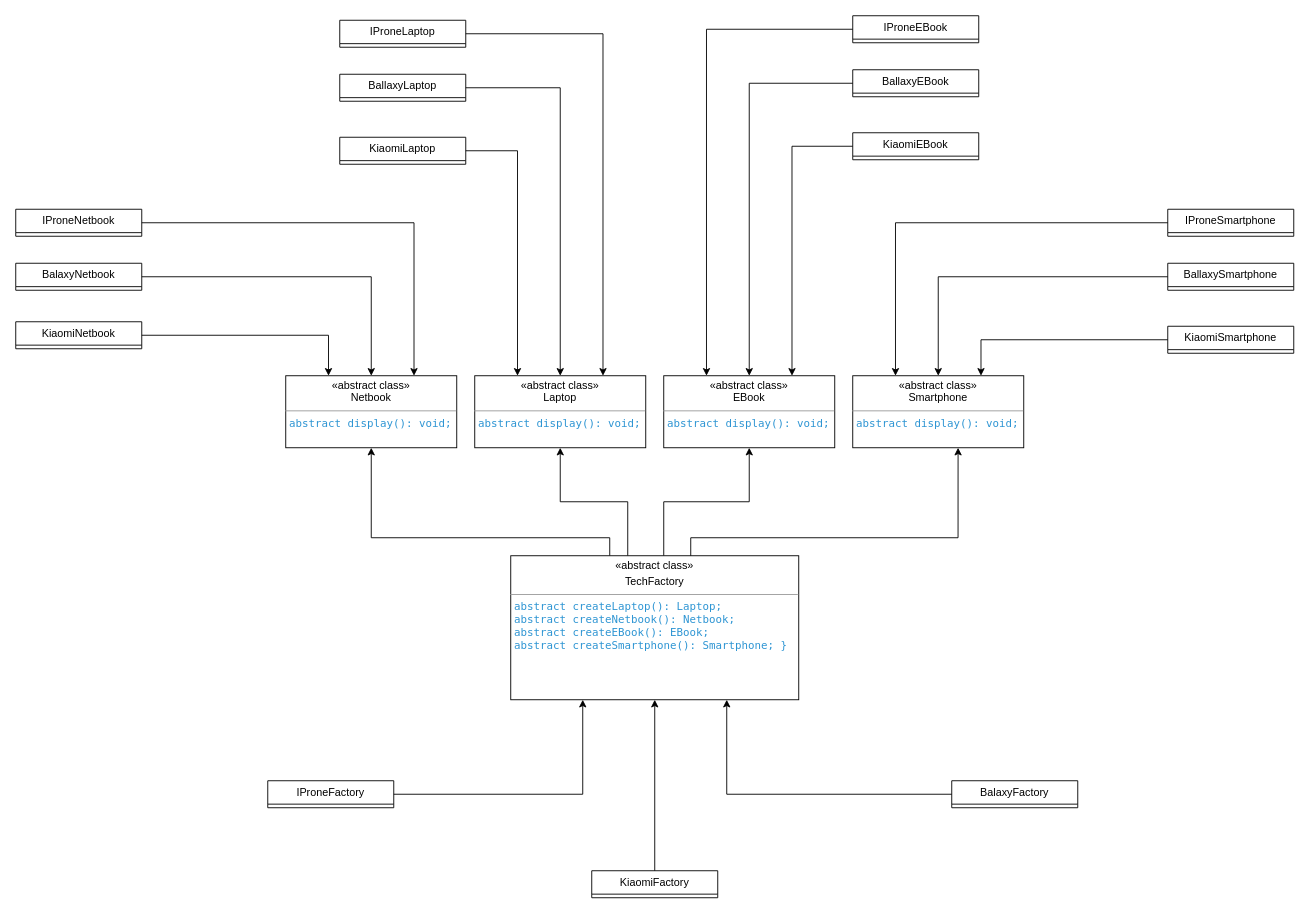
This is lab2/task2/task2.drawio from SlavaFomenko/KPZ, a draw.io file, before an edit. Source tidied: cells renumbered, new cells numbered last; positions are measured from the earlier drawing's top-left corner, leaving out a move shared by most shapes. Both pictures are drawn from the tidied source at 90%, with x=0, y=0 at pixel (15, 15).
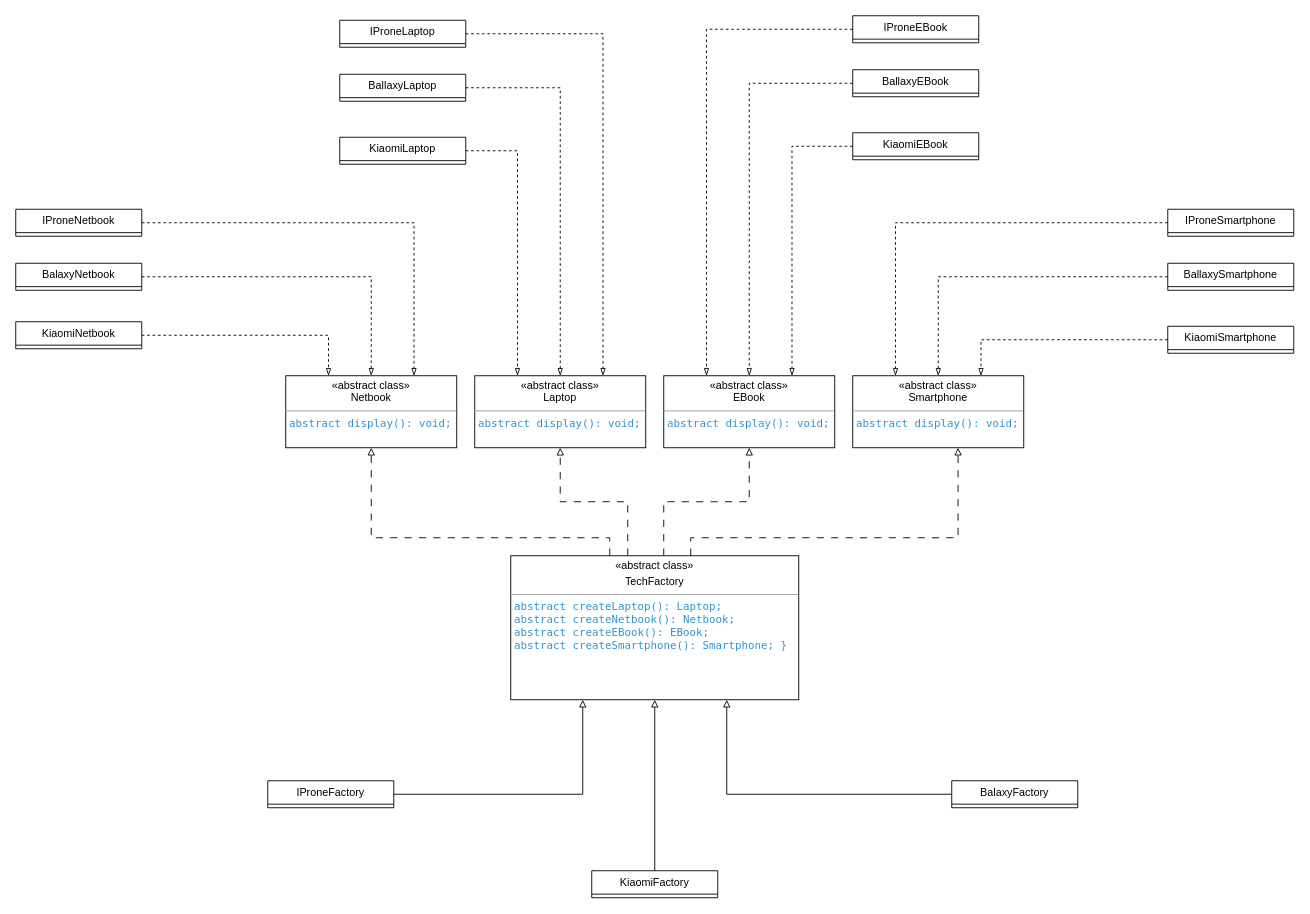
After the change.

The change refers to these unchanged cells:
```xml
<mxCell id="2" value="&lt;p style=&quot;margin:0px;margin-top:4px;text-align:center;&quot;&gt;«abstract class»&lt;br style=&quot;border-color: var(--border-color);&quot;&gt;Laptop&lt;/p&gt;&lt;hr size=&quot;1&quot;&gt;&lt;p style=&quot;margin:0px;margin-left:4px;&quot;&gt;&lt;font face=&quot;Söhne Mono, Monaco, Andale Mono, Ubuntu Mono, monospace&quot; color=&quot;#2e95d3&quot;&gt;abstract display(): void;&lt;/font&gt;&lt;br&gt;&lt;/p&gt;" style="verticalAlign=top;align=left;overflow=fill;html=1;whiteSpace=wrap;" parent="1" vertex="1">
  <mxGeometry x="510" y="400" width="190" height="80" as="geometry" />
</mxCell>
<mxCell id="3" value="&lt;p style=&quot;margin:0px;margin-top:4px;text-align:center;&quot;&gt;«abstract class»&lt;br style=&quot;border-color: var(--border-color);&quot;&gt;Netbook&lt;br&gt;&lt;/p&gt;&lt;hr size=&quot;1&quot;&gt;&lt;p style=&quot;margin:0px;margin-left:4px;&quot;&gt;&lt;font face=&quot;Söhne Mono, Monaco, Andale Mono, Ubuntu Mono, monospace&quot; color=&quot;#2e95d3&quot;&gt;abstract display(): void;&lt;/font&gt;&lt;br&gt;&lt;/p&gt;" style="verticalAlign=top;align=left;overflow=fill;html=1;whiteSpace=wrap;" parent="1" vertex="1">
  <mxGeometry x="300" y="400" width="190" height="80" as="geometry" />
</mxCell>
<mxCell id="4" value="&lt;p style=&quot;margin:0px;margin-top:4px;text-align:center;&quot;&gt;«abstract class»&lt;br style=&quot;border-color: var(--border-color);&quot;&gt;Smartphone&lt;br&gt;&lt;/p&gt;&lt;hr size=&quot;1&quot;&gt;&lt;p style=&quot;margin:0px;margin-left:4px;&quot;&gt;&lt;font face=&quot;Söhne Mono, Monaco, Andale Mono, Ubuntu Mono, monospace&quot; color=&quot;#2e95d3&quot;&gt;abstract display(): void;&lt;/font&gt;&lt;br&gt;&lt;/p&gt;" style="verticalAlign=top;align=left;overflow=fill;html=1;whiteSpace=wrap;" parent="1" vertex="1">
  <mxGeometry x="930" y="400" width="190" height="80" as="geometry" />
</mxCell>
<mxCell id="5" value="&lt;p style=&quot;margin:0px;margin-top:4px;text-align:center;&quot;&gt;«abstract class»&lt;br style=&quot;border-color: var(--border-color);&quot;&gt;EBook&lt;br&gt;&lt;/p&gt;&lt;hr size=&quot;1&quot;&gt;&lt;p style=&quot;margin:0px;margin-left:4px;&quot;&gt;&lt;font face=&quot;Söhne Mono, Monaco, Andale Mono, Ubuntu Mono, monospace&quot; color=&quot;#2e95d3&quot;&gt;abstract display(): void;&lt;/font&gt;&lt;br&gt;&lt;/p&gt;" style="verticalAlign=top;align=left;overflow=fill;html=1;whiteSpace=wrap;" parent="1" vertex="1">
  <mxGeometry x="720" y="400" width="190" height="80" as="geometry" />
</mxCell>
<mxCell id="9" value="&lt;p style=&quot;margin:0px;margin-top:4px;text-align:center;&quot;&gt;«abstract class»&lt;/p&gt;&lt;p style=&quot;margin:0px;margin-top:4px;text-align:center;&quot;&gt;&lt;span style=&quot;background-color: initial;&quot;&gt;TechFactory&lt;/span&gt;&lt;/p&gt;&lt;hr size=&quot;1&quot;&gt;&lt;p style=&quot;margin:0px;margin-left:4px;&quot;&gt;&lt;font face=&quot;Söhne Mono, Monaco, Andale Mono, Ubuntu Mono, monospace&quot; color=&quot;#2e95d3&quot;&gt;abstract createLaptop(): Laptop;&amp;nbsp;&lt;/font&gt;&lt;/p&gt;&lt;p style=&quot;margin:0px;margin-left:4px;&quot;&gt;&lt;font face=&quot;Söhne Mono, Monaco, Andale Mono, Ubuntu Mono, monospace&quot; color=&quot;#2e95d3&quot;&gt;abstract createNetbook(): Netbook;&amp;nbsp;&lt;/font&gt;&lt;/p&gt;&lt;p style=&quot;margin:0px;margin-left:4px;&quot;&gt;&lt;font face=&quot;Söhne Mono, Monaco, Andale Mono, Ubuntu Mono, monospace&quot; color=&quot;#2e95d3&quot;&gt;abstract createEBook(): EBook;&amp;nbsp;&lt;/font&gt;&lt;/p&gt;&lt;p style=&quot;margin:0px;margin-left:4px;&quot;&gt;&lt;font face=&quot;Söhne Mono, Monaco, Andale Mono, Ubuntu Mono, monospace&quot; color=&quot;#2e95d3&quot;&gt;abstract createSmartphone(): Smartphone; }&lt;/font&gt;&lt;br&gt;&lt;/p&gt;" style="verticalAlign=top;align=left;overflow=fill;html=1;whiteSpace=wrap;" parent="1" vertex="1">
  <mxGeometry x="550" y="600" width="320" height="160" as="geometry" />
</mxCell>
<mxCell id="12" value="IProneFactory" style="swimlane;fontStyle=0;horizontal=1;startSize=26;fillColor=none;whiteSpace=wrap;html=1;" parent="1" vertex="1">
  <mxGeometry x="280" y="850" width="140" height="30" as="geometry" />
</mxCell>
<mxCell id="14" value="KiaomiFactory" style="swimlane;fontStyle=0;horizontal=1;startSize=26;fillColor=none;whiteSpace=wrap;html=1;" parent="1" vertex="1">
  <mxGeometry x="640" y="950" width="140" height="30" as="geometry" />
</mxCell>
<mxCell id="16" value="BalaxyFactory" style="swimlane;fontStyle=0;horizontal=1;startSize=26;fillColor=none;whiteSpace=wrap;html=1;" parent="1" vertex="1">
  <mxGeometry x="1040" y="850" width="140" height="30" as="geometry" />
</mxCell>
<mxCell id="18" value="IProneNetbook" style="swimlane;fontStyle=0;horizontal=1;startSize=26;fillColor=none;whiteSpace=wrap;html=1;" parent="1" vertex="1">
  <mxGeometry y="215" width="140" height="30" as="geometry" />
</mxCell>
<mxCell id="20" value="BalaxyNetbook" style="swimlane;fontStyle=0;horizontal=1;startSize=26;fillColor=none;whiteSpace=wrap;html=1;" parent="1" vertex="1">
  <mxGeometry y="275" width="140" height="30" as="geometry" />
</mxCell>
<mxCell id="22" value="KiaomiNetbook" style="swimlane;fontStyle=0;horizontal=1;startSize=26;fillColor=none;whiteSpace=wrap;html=1;" parent="1" vertex="1">
  <mxGeometry y="340" width="140" height="30" as="geometry" />
</mxCell>
<mxCell id="24" value="IProneLaptop" style="swimlane;fontStyle=0;horizontal=1;startSize=26;fillColor=none;whiteSpace=wrap;html=1;" parent="1" vertex="1">
  <mxGeometry x="360" y="5" width="140" height="30" as="geometry" />
</mxCell>
<mxCell id="26" value="KiaomiLaptop" style="swimlane;fontStyle=0;horizontal=1;startSize=26;fillColor=none;whiteSpace=wrap;html=1;" parent="1" vertex="1">
  <mxGeometry x="360" y="135" width="140" height="30" as="geometry" />
</mxCell>
<mxCell id="28" value="BallaxyLaptop" style="swimlane;fontStyle=0;horizontal=1;startSize=26;fillColor=none;whiteSpace=wrap;html=1;" parent="1" vertex="1">
  <mxGeometry x="360" y="65" width="140" height="30" as="geometry" />
</mxCell>
<mxCell id="30" value="IProneEBook" style="swimlane;fontStyle=0;horizontal=1;startSize=26;fillColor=none;whiteSpace=wrap;html=1;" parent="1" vertex="1">
  <mxGeometry x="930" width="140" height="30" as="geometry" />
</mxCell>
<mxCell id="32" value="KiaomiEBook" style="swimlane;fontStyle=0;horizontal=1;startSize=26;fillColor=none;whiteSpace=wrap;html=1;" parent="1" vertex="1">
  <mxGeometry x="930" y="130" width="140" height="30" as="geometry" />
</mxCell>
<mxCell id="34" value="BallaxyEBook" style="swimlane;fontStyle=0;horizontal=1;startSize=26;fillColor=none;whiteSpace=wrap;html=1;" parent="1" vertex="1">
  <mxGeometry x="930" y="60" width="140" height="30" as="geometry" />
</mxCell>
<mxCell id="36" value="IProneSmartphone" style="swimlane;fontStyle=0;horizontal=1;startSize=26;fillColor=none;whiteSpace=wrap;html=1;" parent="1" vertex="1">
  <mxGeometry x="1280" y="215" width="140" height="30" as="geometry" />
</mxCell>
<mxCell id="38" value="KiaomiSmartphone" style="swimlane;fontStyle=0;horizontal=1;startSize=26;fillColor=none;whiteSpace=wrap;html=1;" parent="1" vertex="1">
  <mxGeometry x="1280" y="345" width="140" height="30" as="geometry" />
</mxCell>
<mxCell id="40" value="BallaxySmartphone" style="swimlane;fontStyle=0;horizontal=1;startSize=26;fillColor=none;whiteSpace=wrap;html=1;" parent="1" vertex="1">
  <mxGeometry x="1280" y="275" width="140" height="30" as="geometry" />
</mxCell>
```

What changed in the source:
```diff
@@
-    <mxCell id="6" style="edgeStyle=orthogonalEdgeStyle;rounded=0;jettySize=auto;html=1;entryX=0.5;entryY=1;entryDx=0;entryDy=0;" parent="1" edge="1" source="9" target="3">
+    <mxCell id="6" style="edgeStyle=orthogonalEdgeStyle;rounded=0;jettySize=auto;html=1;entryX=0.5;entryY=1;entryDx=0;entryDy=0;dashed=1;dashPattern=8 8;endArrow=block;endFill=0;" parent="1" edge="1" source="9" target="3">
       <mxGeometry relative="1" as="geometry">
         <Array as="points">
           <mxPoint x="660" y="580" />
           <mxPoint x="395" y="580" />
         </Array>
       </mxGeometry>
     </mxCell>
-    <mxCell id="7" style="edgeStyle=orthogonalEdgeStyle;rounded=0;jettySize=auto;html=1;" parent="1" edge="1" source="9" target="2">
+    <mxCell id="7" style="edgeStyle=orthogonalEdgeStyle;rounded=0;jettySize=auto;html=1;dashed=1;dashPattern=8 8;endArrow=block;endFill=0;" parent="1" edge="1" source="9" target="2">
       <mxGeometry relative="1" as="geometry">
         <Array as="points">
           <mxPoint x="680" y="540" />
           <mxPoint x="605" y="540" />
         </Array>
       </mxGeometry>
     </mxCell>
-    <mxCell id="8" style="edgeStyle=orthogonalEdgeStyle;rounded=0;jettySize=auto;html=1;entryX=0.5;entryY=1;entryDx=0;entryDy=0;" parent="1" edge="1" source="9" target="5">
+    <mxCell id="8" style="edgeStyle=orthogonalEdgeStyle;rounded=0;jettySize=auto;html=1;entryX=0.5;entryY=1;entryDx=0;entryDy=0;dashed=1;dashPattern=8 8;endArrow=block;endFill=0;" parent="1" edge="1" source="9" target="5">
       <mxGeometry relative="1" as="geometry">
         <Array as="points">
           <mxPoint x="720" y="540" />
           <mxPoint x="815" y="540" />
         </Array>
       </mxGeometry>
     </mxCell>
@@
-    <mxCell id="10" style="edgeStyle=orthogonalEdgeStyle;rounded=0;jettySize=auto;html=1;entryX=0.616;entryY=1;entryDx=0;entryDy=0;entryPerimeter=0;" parent="1" edge="1" source="9" target="4">
+    <mxCell id="10" style="edgeStyle=orthogonalEdgeStyle;rounded=0;jettySize=auto;html=1;entryX=0.616;entryY=1;entryDx=0;entryDy=0;entryPerimeter=0;dashed=1;dashPattern=8 8;endArrow=block;endFill=0;" parent="1" edge="1" source="9" target="4">
       <mxGeometry relative="1" as="geometry">
         <Array as="points">
           <mxPoint x="750" y="580" />
           <mxPoint x="1047" y="580" />
         </Array>
       </mxGeometry>
     </mxCell>
-    <mxCell id="11" style="edgeStyle=orthogonalEdgeStyle;rounded=0;jettySize=auto;html=1;entryX=0.25;entryY=1;entryDx=0;entryDy=0;" parent="1" edge="1" source="12" target="9">
+    <mxCell id="11" style="edgeStyle=orthogonalEdgeStyle;rounded=0;jettySize=auto;html=1;entryX=0.25;entryY=1;entryDx=0;entryDy=0;endArrow=block;endFill=0;" parent="1" edge="1" source="12" target="9">
       <mxGeometry relative="1" as="geometry" />
     </mxCell>
@@
-    <mxCell id="13" style="edgeStyle=orthogonalEdgeStyle;rounded=0;jettySize=auto;html=1;entryX=0.5;entryY=1;entryDx=0;entryDy=0;" parent="1" edge="1" source="14" target="9">
+    <mxCell id="13" style="edgeStyle=orthogonalEdgeStyle;rounded=0;jettySize=auto;html=1;entryX=0.5;entryY=1;entryDx=0;entryDy=0;endArrow=block;endFill=0;" parent="1" edge="1" source="14" target="9">
       <mxGeometry relative="1" as="geometry" />
     </mxCell>
@@
-    <mxCell id="15" style="edgeStyle=orthogonalEdgeStyle;rounded=0;jettySize=auto;html=1;entryX=0.75;entryY=1;entryDx=0;entryDy=0;" parent="1" edge="1" source="16" target="9">
+    <mxCell id="15" style="edgeStyle=orthogonalEdgeStyle;rounded=0;jettySize=auto;html=1;entryX=0.75;entryY=1;entryDx=0;entryDy=0;endArrow=block;endFill=0;" parent="1" edge="1" source="16" target="9">
       <mxGeometry relative="1" as="geometry" />
     </mxCell>
@@
-    <mxCell id="17" style="edgeStyle=orthogonalEdgeStyle;rounded=0;jettySize=auto;html=1;entryX=0.75;entryY=0;entryDx=0;entryDy=0;" parent="1" edge="1" source="18" target="3">
+    <mxCell id="17" style="edgeStyle=orthogonalEdgeStyle;rounded=0;jettySize=auto;html=1;entryX=0.75;entryY=0;entryDx=0;entryDy=0;dashed=1;endArrow=blockThin;endFill=0;" parent="1" edge="1" source="18" target="3">
       <mxGeometry relative="1" as="geometry" />
     </mxCell>
@@
-    <mxCell id="19" style="edgeStyle=orthogonalEdgeStyle;rounded=0;jettySize=auto;html=1;" parent="1" edge="1" source="20" target="3">
+    <mxCell id="19" style="edgeStyle=orthogonalEdgeStyle;rounded=0;jettySize=auto;html=1;dashed=1;endArrow=blockThin;endFill=0;" parent="1" edge="1" source="20" target="3">
       <mxGeometry relative="1" as="geometry" />
     </mxCell>
@@
-    <mxCell id="21" style="edgeStyle=orthogonalEdgeStyle;rounded=0;jettySize=auto;html=1;entryX=0.25;entryY=0;entryDx=0;entryDy=0;" parent="1" edge="1" source="22" target="3">
+    <mxCell id="21" style="edgeStyle=orthogonalEdgeStyle;rounded=0;jettySize=auto;html=1;entryX=0.25;entryY=0;entryDx=0;entryDy=0;dashed=1;endArrow=blockThin;endFill=0;" parent="1" edge="1" source="22" target="3">
       <mxGeometry relative="1" as="geometry" />
     </mxCell>
@@
-    <mxCell id="23" style="edgeStyle=orthogonalEdgeStyle;rounded=0;jettySize=auto;html=1;entryX=0.75;entryY=0;entryDx=0;entryDy=0;" parent="1" edge="1" source="24" target="2">
+    <mxCell id="23" style="edgeStyle=orthogonalEdgeStyle;rounded=0;jettySize=auto;html=1;entryX=0.75;entryY=0;entryDx=0;entryDy=0;dashed=1;endArrow=blockThin;endFill=0;" parent="1" edge="1" source="24" target="2">
       <mxGeometry relative="1" as="geometry" />
     </mxCell>
@@
-    <mxCell id="25" style="edgeStyle=orthogonalEdgeStyle;rounded=0;jettySize=auto;html=1;entryX=0.25;entryY=0;entryDx=0;entryDy=0;" parent="1" edge="1" source="26" target="2">
+    <mxCell id="25" style="edgeStyle=orthogonalEdgeStyle;rounded=0;jettySize=auto;html=1;entryX=0.25;entryY=0;entryDx=0;entryDy=0;dashed=1;endArrow=blockThin;endFill=0;" parent="1" edge="1" source="26" target="2">
       <mxGeometry relative="1" as="geometry" />
     </mxCell>
@@
-    <mxCell id="27" style="edgeStyle=orthogonalEdgeStyle;rounded=0;jettySize=auto;html=1;entryX=0.5;entryY=0;entryDx=0;entryDy=0;" parent="1" edge="1" source="28" target="2">
+    <mxCell id="27" style="edgeStyle=orthogonalEdgeStyle;rounded=0;jettySize=auto;html=1;entryX=0.5;entryY=0;entryDx=0;entryDy=0;dashed=1;endArrow=blockThin;endFill=0;" parent="1" edge="1" source="28" target="2">
       <mxGeometry relative="1" as="geometry" />
     </mxCell>
@@
-    <mxCell id="29" style="edgeStyle=orthogonalEdgeStyle;rounded=0;jettySize=auto;html=1;entryX=0.25;entryY=0;entryDx=0;entryDy=0;" parent="1" edge="1" source="30" target="5">
+    <mxCell id="29" style="edgeStyle=orthogonalEdgeStyle;rounded=0;jettySize=auto;html=1;entryX=0.25;entryY=0;entryDx=0;entryDy=0;dashed=1;endArrow=blockThin;endFill=0;" parent="1" edge="1" source="30" target="5">
       <mxGeometry relative="1" as="geometry" />
     </mxCell>
@@
-    <mxCell id="31" style="edgeStyle=orthogonalEdgeStyle;rounded=0;jettySize=auto;html=1;entryX=0.75;entryY=0;entryDx=0;entryDy=0;" parent="1" edge="1" source="32" target="5">
+    <mxCell id="31" style="edgeStyle=orthogonalEdgeStyle;rounded=0;jettySize=auto;html=1;entryX=0.75;entryY=0;entryDx=0;entryDy=0;dashed=1;endArrow=blockThin;endFill=0;" parent="1" edge="1" source="32" target="5">
       <mxGeometry relative="1" as="geometry" />
     </mxCell>
@@
-    <mxCell id="33" style="edgeStyle=orthogonalEdgeStyle;rounded=0;jettySize=auto;html=1;entryX=0.5;entryY=0;entryDx=0;entryDy=0;" parent="1" edge="1" source="34" target="5">
+    <mxCell id="33" style="edgeStyle=orthogonalEdgeStyle;rounded=0;jettySize=auto;html=1;entryX=0.5;entryY=0;entryDx=0;entryDy=0;dashed=1;endArrow=blockThin;endFill=0;" parent="1" edge="1" source="34" target="5">
       <mxGeometry relative="1" as="geometry" />
     </mxCell>
@@
-    <mxCell id="35" style="edgeStyle=orthogonalEdgeStyle;rounded=0;jettySize=auto;html=1;entryX=0.25;entryY=0;entryDx=0;entryDy=0;" parent="1" edge="1" source="36" target="4">
+    <mxCell id="35" style="edgeStyle=orthogonalEdgeStyle;rounded=0;jettySize=auto;html=1;entryX=0.25;entryY=0;entryDx=0;entryDy=0;dashed=1;endArrow=blockThin;endFill=0;" parent="1" edge="1" source="36" target="4">
       <mxGeometry relative="1" as="geometry" />
     </mxCell>
@@
-    <mxCell id="37" style="edgeStyle=orthogonalEdgeStyle;rounded=0;jettySize=auto;html=1;entryX=0.75;entryY=0;entryDx=0;entryDy=0;" parent="1" edge="1" source="38" target="4">
+    <mxCell id="37" style="edgeStyle=orthogonalEdgeStyle;rounded=0;jettySize=auto;html=1;entryX=0.75;entryY=0;entryDx=0;entryDy=0;dashed=1;endArrow=blockThin;endFill=0;" parent="1" edge="1" source="38" target="4">
       <mxGeometry relative="1" as="geometry" />
     </mxCell>
@@
-    <mxCell id="39" style="edgeStyle=orthogonalEdgeStyle;rounded=0;jettySize=auto;html=1;entryX=0.5;entryY=0;entryDx=0;entryDy=0;" parent="1" edge="1" source="40" target="4">
+    <mxCell id="39" style="edgeStyle=orthogonalEdgeStyle;rounded=0;jettySize=auto;html=1;entryX=0.5;entryY=0;entryDx=0;entryDy=0;dashed=1;endArrow=blockThin;endFill=0;" parent="1" edge="1" source="40" target="4">
       <mxGeometry relative="1" as="geometry" />
     </mxCell>
```
